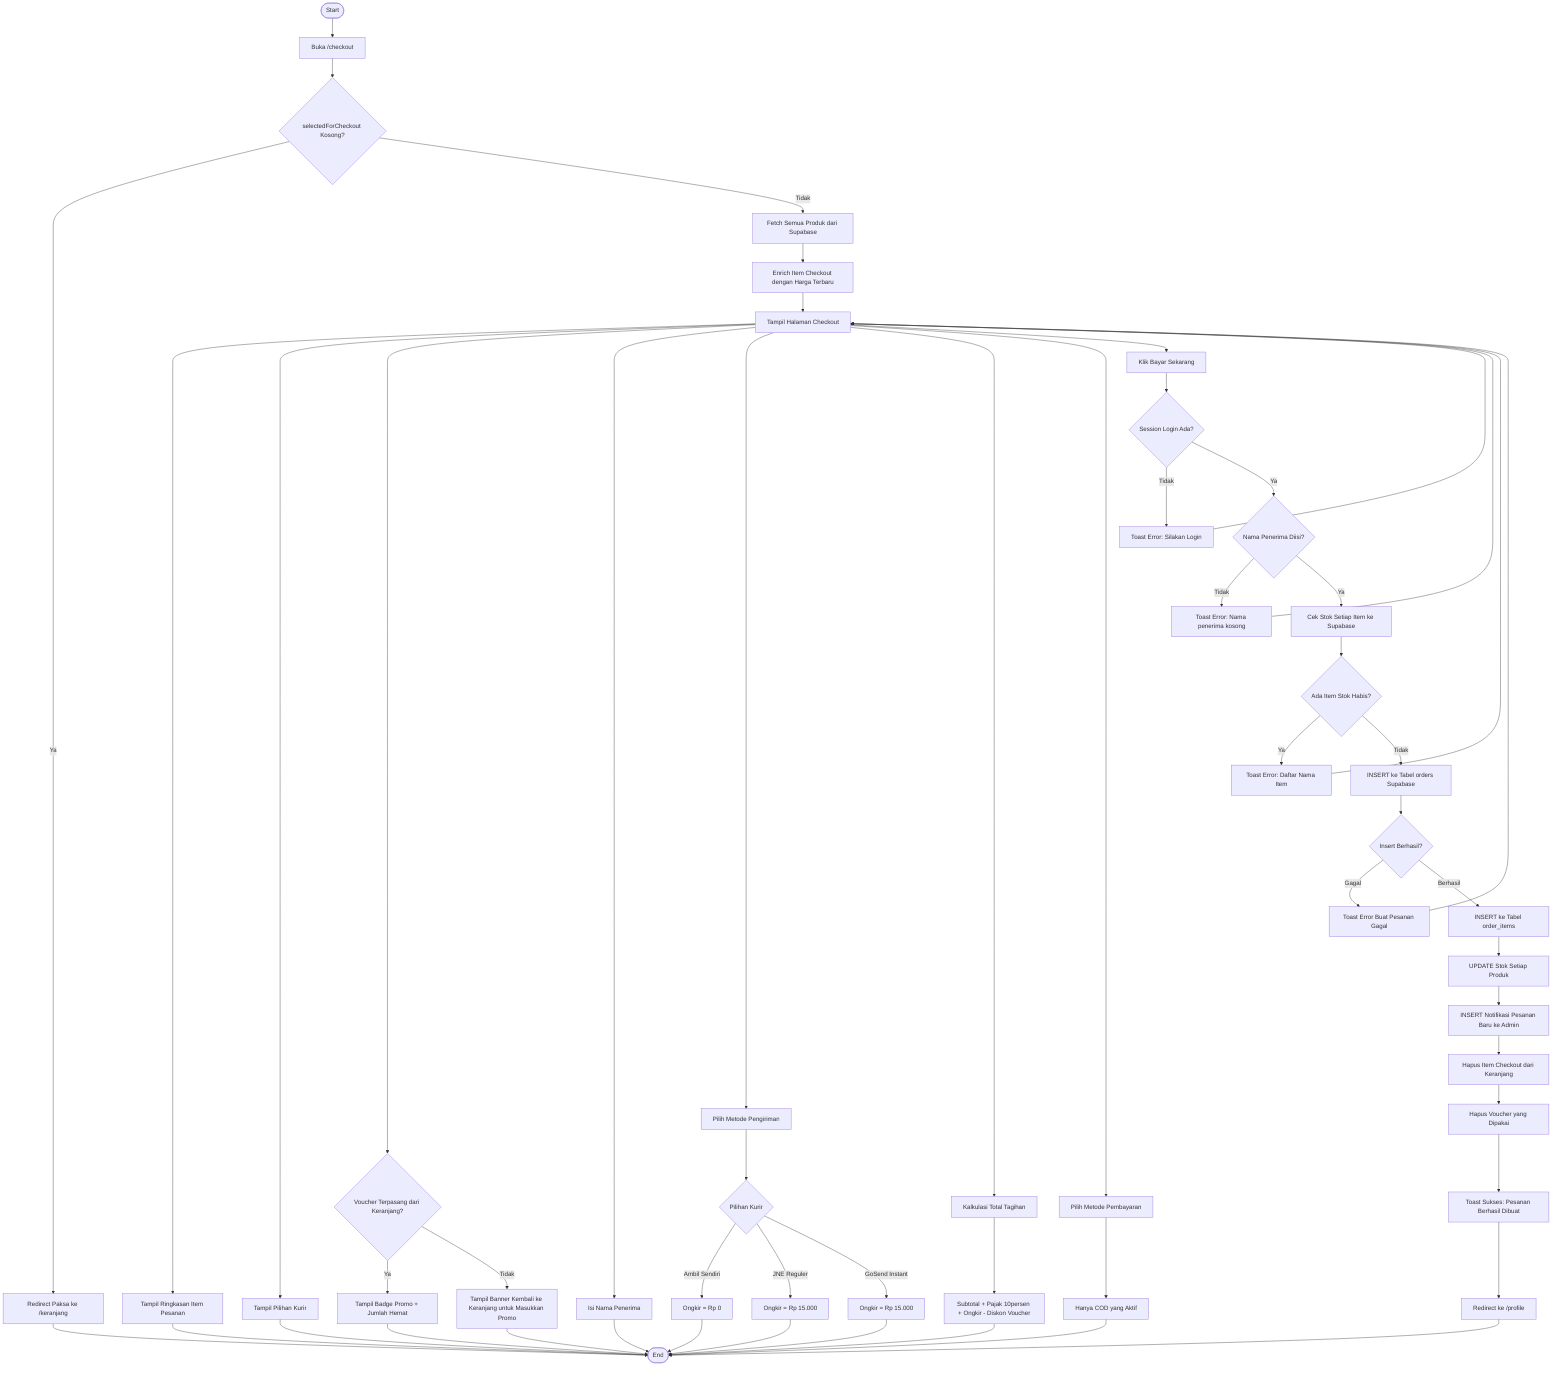
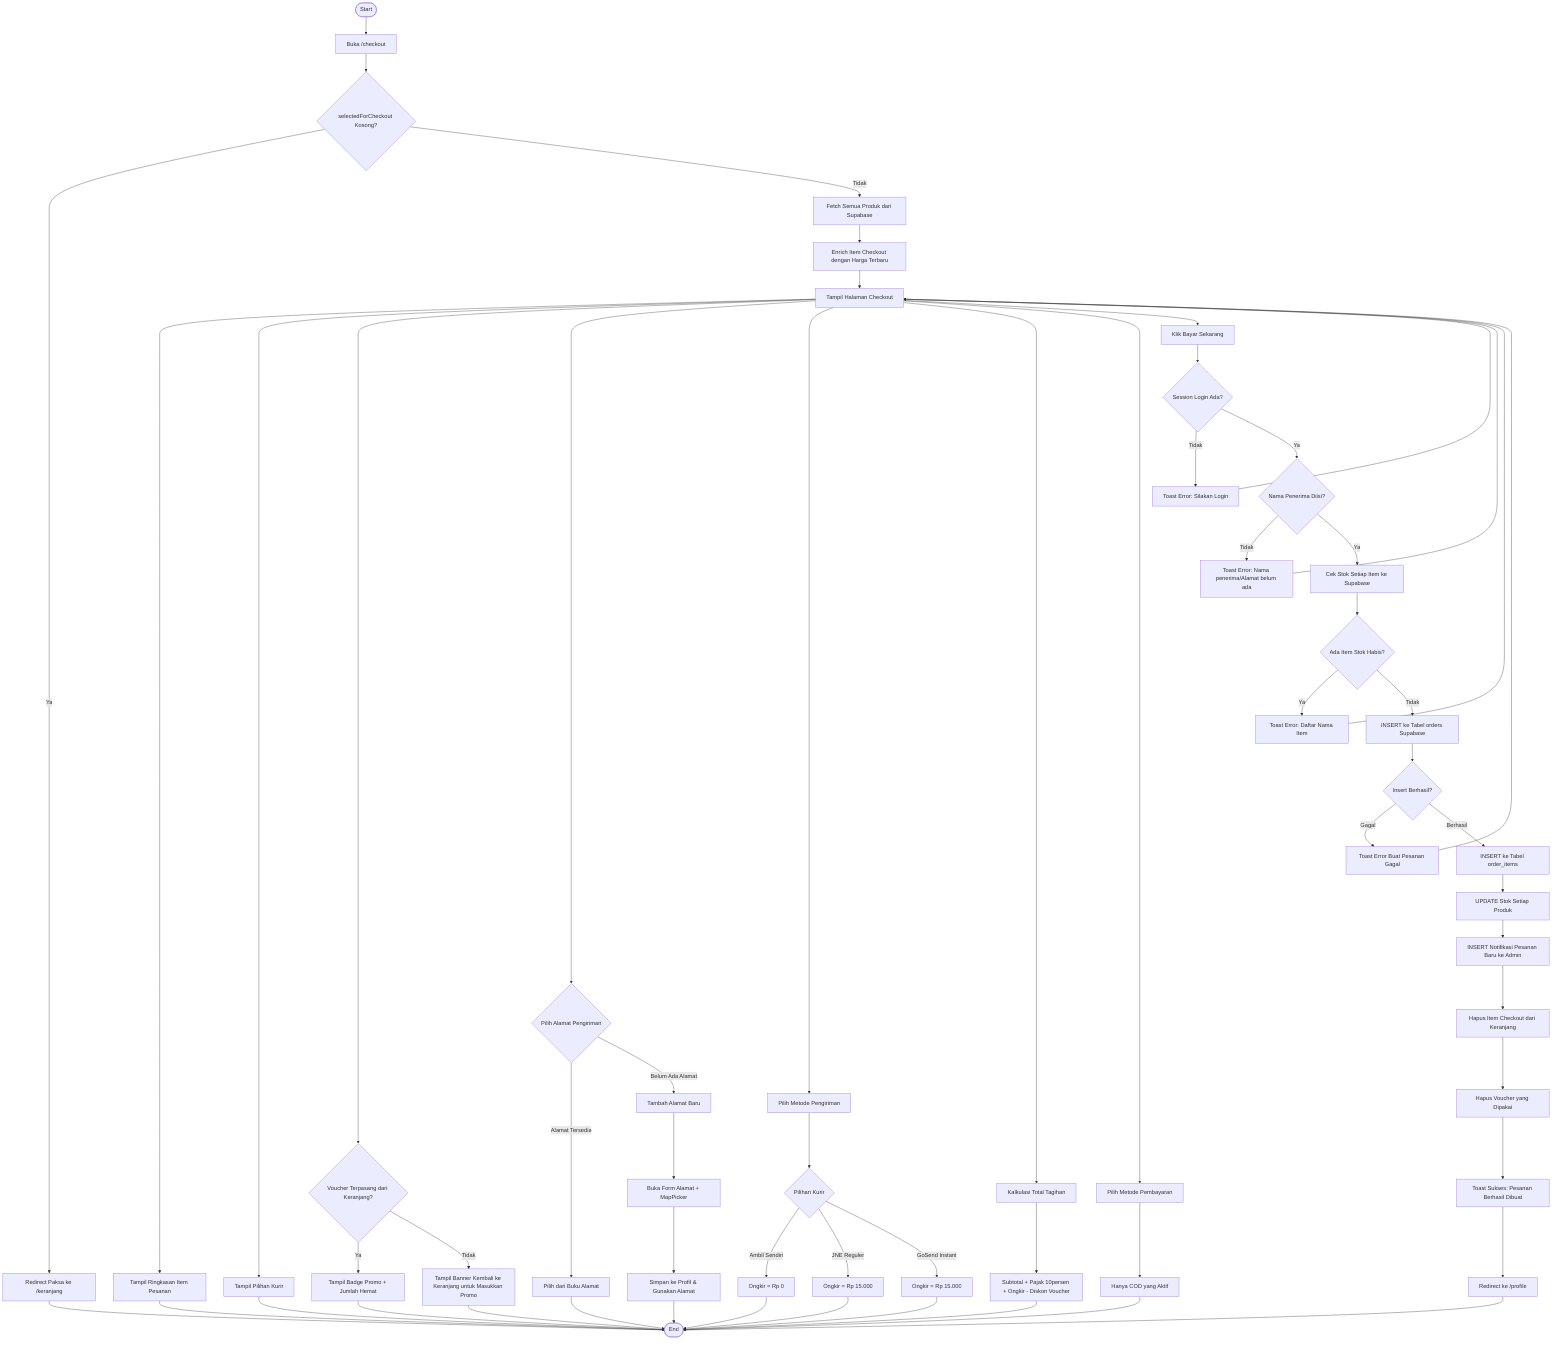
flowchart TD
    A([Start]) --> B[Buka /checkout]
    B --> C{selectedForCheckout Kosong?}
    C -->|Ya| D[Redirect Paksa ke /keranjang]
    C -->|Tidak| E[Fetch Semua Produk dari Supabase]
    E --> F[Enrich Item Checkout dengan Harga Terbaru]

    F --> G[Tampil Halaman Checkout]

    G --> H[Tampil Ringkasan Item Pesanan]
    G --> I[Tampil Pilihan Kurir]
    G --> J{Voucher Terpasang dari Keranjang?}
    J -->|Ya| K[Tampil Badge Promo + Jumlah Hemat]
    J -->|Tidak| L[Tampil Banner Kembali ke Keranjang untuk Masukkan Promo]

-     G --> M[Isi Nama Penerima]
+     G --> M{Pilih Alamat Pengiriman}
+     M -->|Alamat Tersedia| M1[Pilih dari Buku Alamat]
+     M -->|Belum Ada Alamat| M2[Tambah Alamat Baru]
+     M2 --> M3[Buka Form Alamat + MapPicker]
+     M3 --> M4[Simpan ke Profil & Gunakan Alamat]
    G --> N[Pilih Metode Pengiriman]
    N --> O{Pilihan Kurir}
    O -->|Ambil Sendiri| P[Ongkir = Rp 0]
    O -->|JNE Reguler| Q[Ongkir = Rp 15.000]
    O -->|GoSend Instant| R[Ongkir = Rp 15.000]

    G --> S[Kalkulasi Total Tagihan]
    S --> T[Subtotal + Pajak 10persen + Ongkir - Diskon Voucher]

    G --> U[Pilih Metode Pembayaran]
    U --> V[Hanya COD yang Aktif]

    G --> W[Klik Bayar Sekarang]
    W --> X{Session Login Ada?}
    X -->|Tidak| Y[Toast Error: Silakan Login]
    Y --> G
    X -->|Ya| Z{Nama Penerima Diisi?}
-     Z -->|Tidak| AA[Toast Error: Nama penerima kosong]
+     Z -->|Tidak| AA[Toast Error: Nama penerima/Alamat belum ada]
    AA --> G
    Z -->|Ya| AB[Cek Stok Setiap Item ke Supabase]
    AB --> AC{Ada Item Stok Habis?}
    AC -->|Ya| AD[Toast Error: Daftar Nama Item]
    AD --> G
    AC -->|Tidak| AE[INSERT ke Tabel orders Supabase]
    AE --> AF{Insert Berhasil?}
    AF -->|Gagal| AG[Toast Error Buat Pesanan Gagal]
    AG --> G
    AF -->|Berhasil| AH[INSERT ke Tabel order_items]
    AH --> AI[UPDATE Stok Setiap Produk]
    AI --> AJ[INSERT Notifikasi Pesanan Baru ke Admin]
    AJ --> AK[Hapus Item Checkout dari Keranjang]
    AK --> AL[Hapus Voucher yang Dipakai]
    AL --> AM[Toast Sukses: Pesanan Berhasil Dibuat]
    AM --> AN[Redirect ke /profile]

    %% Menambahkan oval End pada titik akhir
    D --> Z_END([End])
    H --> Z_END([End])
    I --> Z_END([End])
    K --> Z_END([End])
    L --> Z_END([End])
-     M --> Z_END([End])
+     M1 --> Z_END([End])
+     M4 --> Z_END([End])
    P --> Z_END([End])
    Q --> Z_END([End])
    R --> Z_END([End])
    T --> Z_END([End])
    V --> Z_END([End])
    AN --> Z_END([End])
